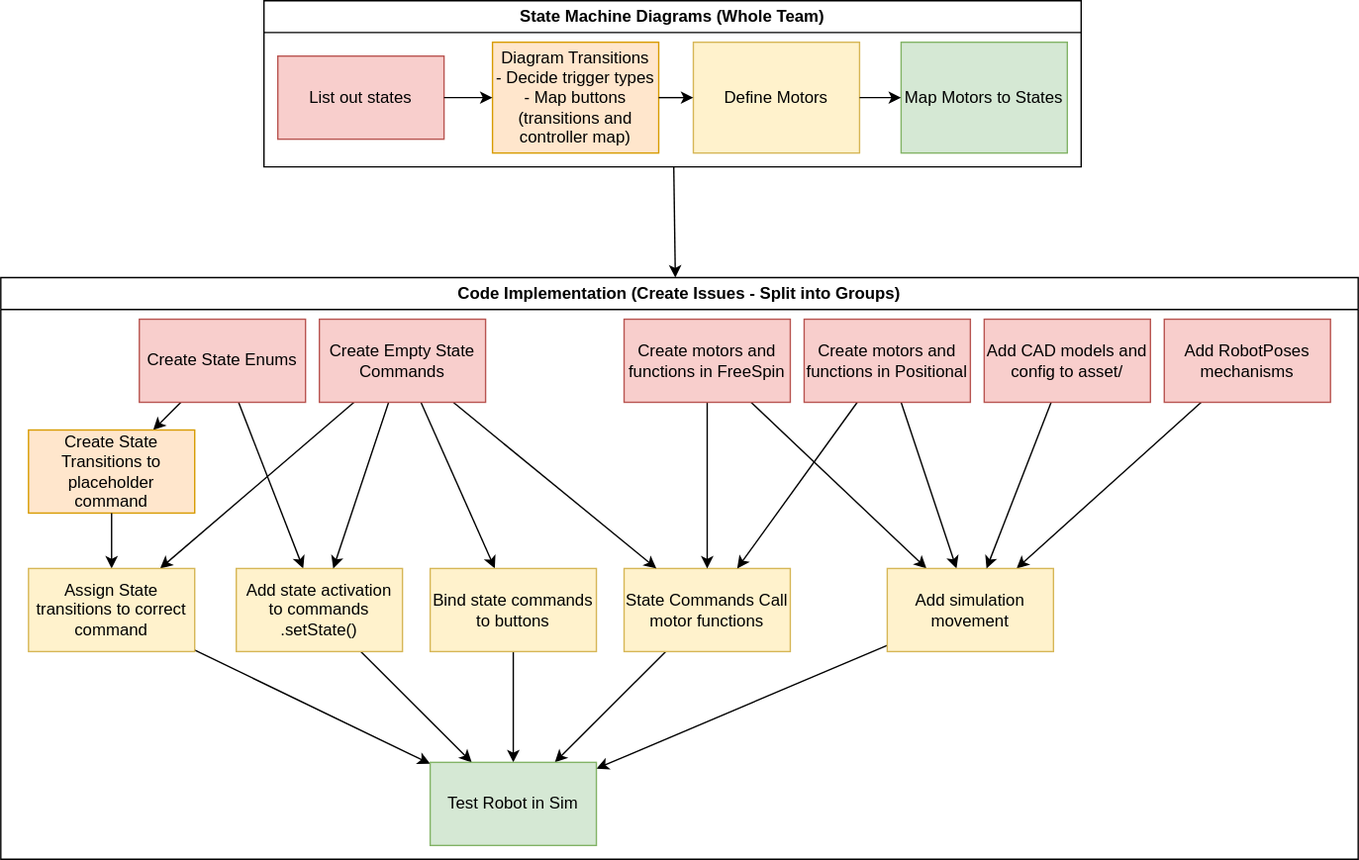
Before: design/program_order.drawio.svg, a diagram exported from draw.io (FRCTeam3255/2026_Offbot_Code). Source tidied: cells renumbered, new cells last; positions are measured from the earlier drawing's top-left corner, leaving out a move shared by most shapes.
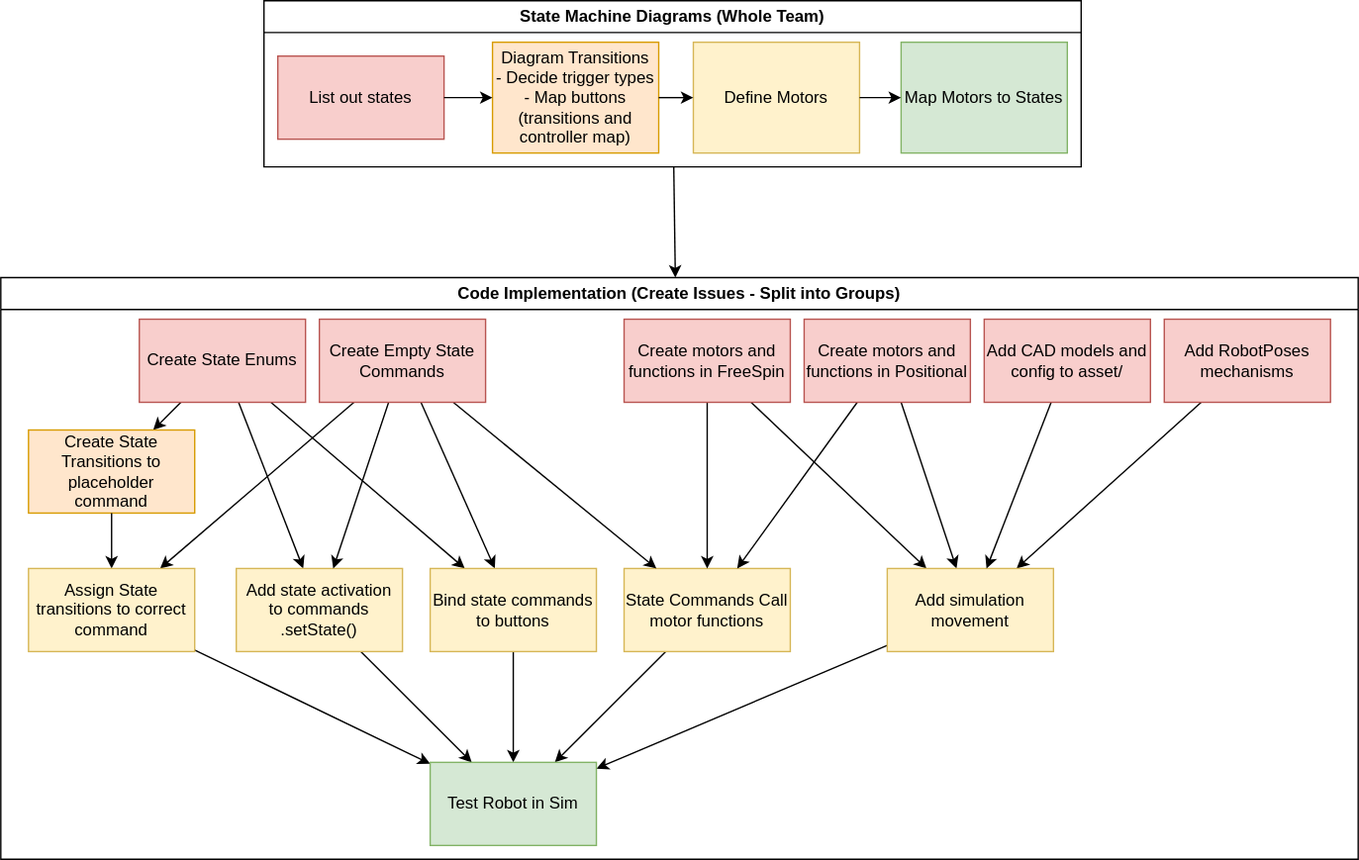
After the commit.

The edit, as a diff of the source:
```diff
@@ -38,6 +38,9 @@
     <mxCell id="13" style="edgeStyle=none;html=1;" parent="11" edge="1" source="14" target="33">
       <mxGeometry relative="1" as="geometry" />
     </mxCell>
+    <mxCell id="43" style="edgeStyle=none;html=1;" parent="11" edge="1" source="14" target="27">
+      <mxGeometry relative="1" as="geometry" />
+    </mxCell>
     <mxCell id="14" value="Create State Enums" style="whiteSpace=wrap;html=1;fillColor=#f8cecc;strokeColor=#b85450;" parent="11" vertex="1">
       <mxGeometry x="100" y="30" width="120" height="60" as="geometry" />
     </mxCell>
```
